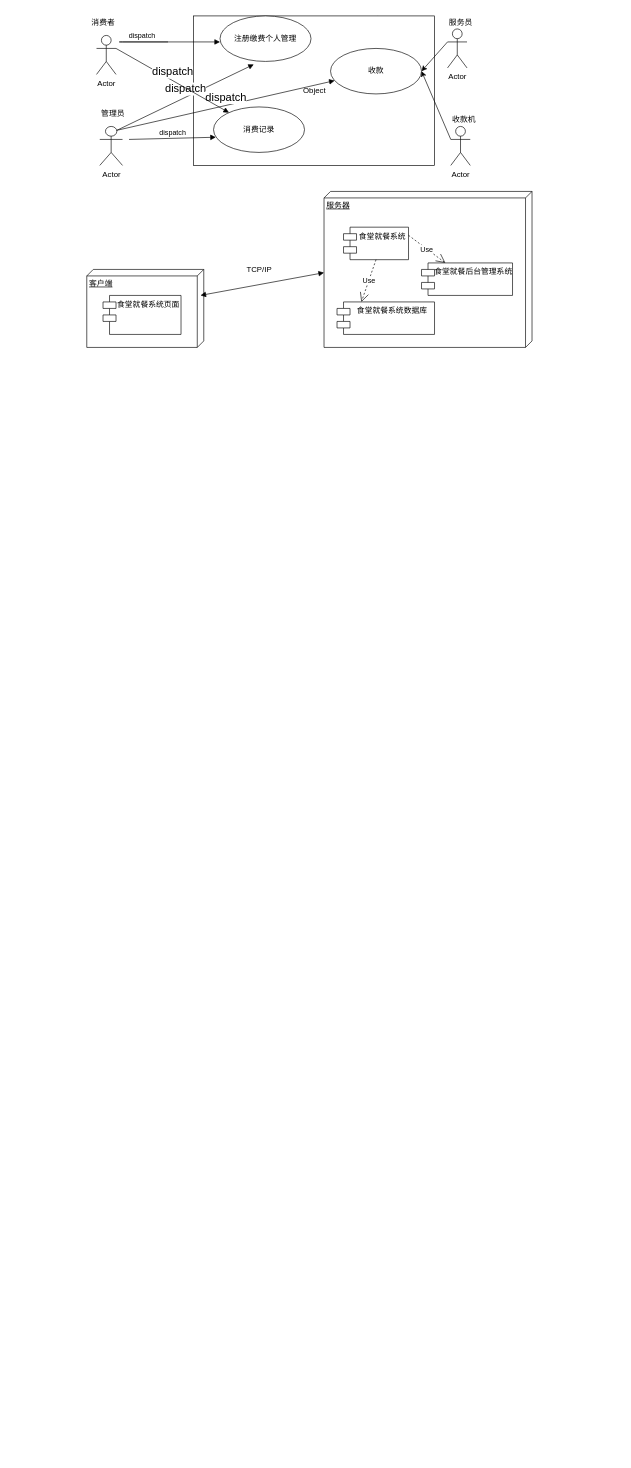
The draw.io diagram Untitled Diagram.drawio in huofeng120/geektime-vue-1, before the edit. Source tidied: cells renumbered, new cells numbered last; positions are measured from the earlier drawing's top-left corner, leaving out a move shared by most shapes. Both pictures are drawn from the tidied source at 65%, with x=0, y=0 at pixel (86, 16).
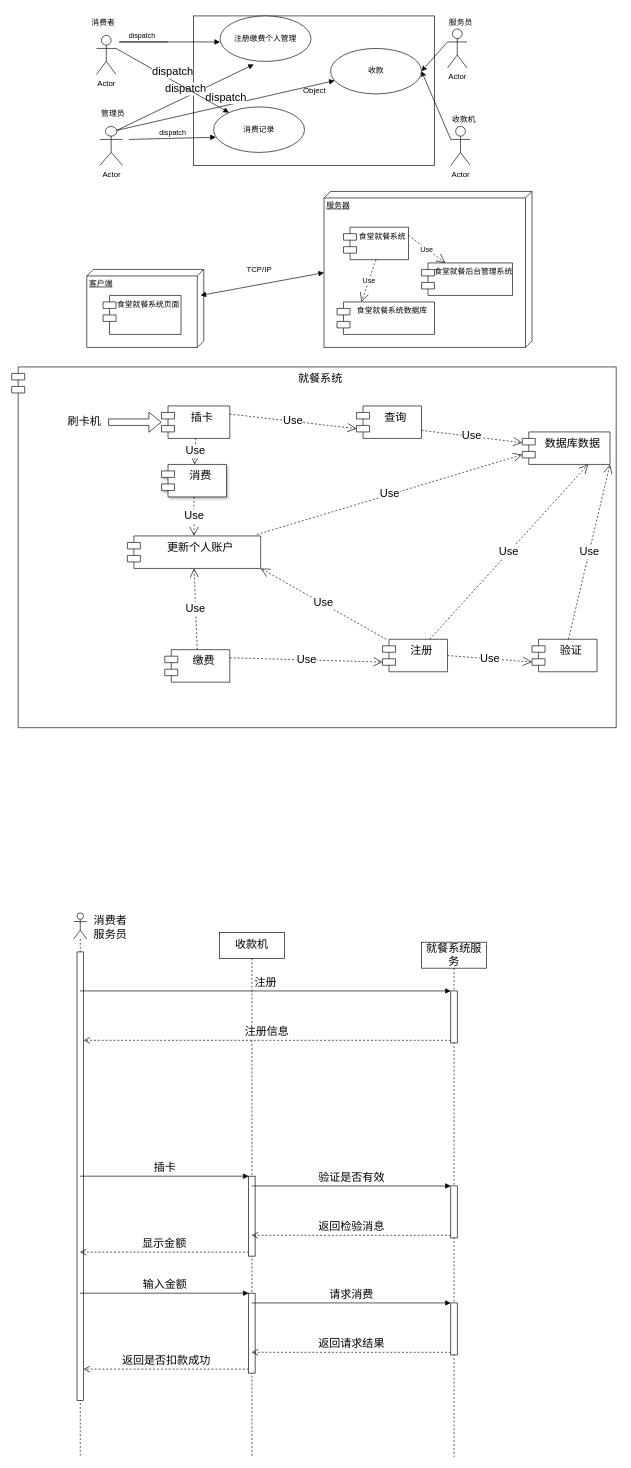
Above is the later version.

Diff of the diagram source:
```diff
@@
+    <mxCell id="32" style="shape=umlLifeline;participant=umlActor;perimeter=lifelinePerimeter;whiteSpace=wrap;html=1;verticalAlign=top;spacingTop=36;outlineConnect=0;fontSize=17;" parent="1" vertex="1">
+      <mxGeometry x="-20" y="1380" width="20" height="837" as="geometry" />
+    </mxCell>
+    <mxCell id="33" value="消费者&lt;br&gt;服务员" style="text;html=1;align=center;verticalAlign=middle;fillColor=none;strokeColor=none;rounded=0;fontSize=17;" parent="1" vertex="1">
+      <mxGeometry x="-2" y="1380" width="75" height="45" as="geometry" />
+    </mxCell>
+    <mxCell id="34" style="html=1;points=[];perimeter=orthogonalPerimeter;fontSize=17;" parent="1" vertex="1">
+      <mxGeometry x="-15" y="1440" width="10" height="690" as="geometry" />
+    </mxCell>
+    <mxCell id="35" value="收款机" style="shape=umlLifeline;perimeter=lifelinePerimeter;whiteSpace=wrap;html=1;fontSize=17;" parent="1" vertex="1">
+      <mxGeometry x="204" y="1410" width="100" height="807" as="geometry" />
+    </mxCell>
+    <mxCell id="36" style="html=1;points=[];perimeter=orthogonalPerimeter;fontSize=17;" parent="35" vertex="1">
+      <mxGeometry x="45" y="375" width="10" height="123" as="geometry" />
+    </mxCell>
+    <mxCell id="37" style="html=1;perimeter=orthogonalPerimeter;fontSize=17;" parent="35" vertex="1">
+      <mxGeometry x="45" y="555" width="10" height="123" as="geometry" />
+    </mxCell>
+    <mxCell id="38" value="插卡" style="html=1;verticalAlign=bottom;endArrow=block;entryX=0;entryY=0;fontSize=17;" parent="1" edge="1" target="36">
+      <mxGeometry relative="1" as="geometry">
+        <mxPoint x="-10.5" y="1785" as="sourcePoint" />
+      </mxGeometry>
+    </mxCell>
+    <mxCell id="39" value="显示金额" style="html=1;verticalAlign=bottom;endArrow=open;dashed=1;endSize=8;exitX=0;exitY=0.95;fontSize=17;" parent="1" edge="1" source="36">
+      <mxGeometry relative="1" as="geometry">
+        <mxPoint x="-10.5" y="1901.8" as="targetPoint" />
+      </mxGeometry>
+    </mxCell>
+    <mxCell id="40" value="就餐系统服务" style="shape=umlLifeline;perimeter=lifelinePerimeter;whiteSpace=wrap;html=1;fontSize=17;" parent="1" vertex="1">
+      <mxGeometry x="515" y="1425" width="100" height="792" as="geometry" />
+    </mxCell>
+    <mxCell id="41" style="html=1;points=[];perimeter=orthogonalPerimeter;fontSize=17;" parent="40" vertex="1">
+      <mxGeometry x="45" y="375" width="10" height="80" as="geometry" />
+    </mxCell>
+    <mxCell id="42" style="html=1;points=[];perimeter=orthogonalPerimeter;fontSize=17;" parent="40" vertex="1">
+      <mxGeometry x="45" y="555" width="10" height="80" as="geometry" />
+    </mxCell>
+    <mxCell id="43" style="html=1;points=[];perimeter=orthogonalPerimeter;fontSize=17;" parent="40" vertex="1">
+      <mxGeometry x="45" y="75" width="10" height="80" as="geometry" />
+    </mxCell>
+    <mxCell id="44" value="验证是否有效" style="html=1;verticalAlign=bottom;endArrow=block;entryX=0;entryY=0;fontSize=17;" parent="1" edge="1" target="41">
+      <mxGeometry relative="1" as="geometry">
+        <mxPoint x="253.5" y="1800" as="sourcePoint" />
+      </mxGeometry>
+    </mxCell>
+    <mxCell id="45" value="返回检验消息" style="html=1;verticalAlign=bottom;endArrow=open;dashed=1;endSize=8;exitX=0;exitY=0.95;fontSize=17;" parent="1" edge="1" source="41">
+      <mxGeometry relative="1" as="geometry">
+        <mxPoint x="253.5" y="1876" as="targetPoint" />
+      </mxGeometry>
+    </mxCell>
+    <mxCell id="46" value="输入金额" style="html=1;verticalAlign=bottom;endArrow=block;entryX=0;entryY=0;fontSize=17;" parent="1" edge="1">
+      <mxGeometry relative="1" as="geometry">
+        <mxPoint x="-10.5" y="1965" as="sourcePoint" />
+        <mxPoint x="249" y="1965" as="targetPoint" />
+      </mxGeometry>
+    </mxCell>
+    <mxCell id="47" value="返回是否扣款成功" style="html=1;verticalAlign=bottom;endArrow=open;dashed=1;endSize=8;exitX=0;exitY=0.95;fontSize=17;" parent="1" edge="1">
+      <mxGeometry relative="1" as="geometry">
+        <mxPoint x="249" y="2081.8" as="sourcePoint" />
+        <mxPoint x="-5" y="2081.8" as="targetPoint" />
+      </mxGeometry>
+    </mxCell>
+    <mxCell id="48" value="请求消费" style="html=1;verticalAlign=bottom;endArrow=block;entryX=0;entryY=0;fontSize=17;" parent="1" edge="1" target="42">
+      <mxGeometry relative="1" as="geometry">
+        <mxPoint x="253.5" y="1980" as="sourcePoint" />
+      </mxGeometry>
+    </mxCell>
+    <mxCell id="49" value="返回请求结果" style="html=1;verticalAlign=bottom;endArrow=open;dashed=1;endSize=8;exitX=0;exitY=0.95;fontSize=17;" parent="1" edge="1" source="42">
+      <mxGeometry relative="1" as="geometry">
+        <mxPoint x="253.5" y="2056" as="targetPoint" />
+      </mxGeometry>
+    </mxCell>
+    <mxCell id="50" value="就餐系统" style="shape=module;align=left;spacingLeft=20;align=center;verticalAlign=top;fontSize=17;shadow=0;" parent="1" vertex="1">
+      <mxGeometry x="-115.5" y="540" width="930" height="555" as="geometry" />
+    </mxCell>
+    <mxCell id="51" value="验证" style="shape=module;align=left;spacingLeft=20;align=center;verticalAlign=top;fontSize=17;" parent="1" vertex="1">
+      <mxGeometry x="685" y="959" width="100" height="50" as="geometry" />
+    </mxCell>
+    <mxCell id="52" value="注册" style="shape=module;align=left;spacingLeft=20;align=center;verticalAlign=top;fontSize=17;" parent="1" vertex="1">
+      <mxGeometry x="455" y="959" width="100" height="50" as="geometry" />
+    </mxCell>
+    <mxCell id="53" value="注册" style="html=1;verticalAlign=bottom;endArrow=block;entryX=0;entryY=0;fontSize=17;" parent="1" edge="1" source="32" target="43">
+      <mxGeometry relative="1" as="geometry" />
+    </mxCell>
+    <mxCell id="54" value="注册信息" style="html=1;verticalAlign=bottom;endArrow=open;dashed=1;endSize=8;exitX=0;exitY=0.95;fontSize=17;" parent="1" edge="1" source="43" target="34">
+      <mxGeometry relative="1" as="geometry" />
+    </mxCell>
+    <mxCell id="55" value="Use" style="endArrow=open;endSize=12;dashed=1;html=1;fontSize=17;exitX=1;exitY=0.5;exitDx=0;exitDy=0;entryX=0;entryY=0;entryDx=0;entryDy=35;entryPerimeter=0;" parent="1" edge="1" source="52" target="51">
+      <mxGeometry relative="1" as="geometry" />
+    </mxCell>
+    <mxCell id="56" value="缴费" style="shape=module;align=left;spacingLeft=20;align=center;verticalAlign=top;fontSize=17;" parent="1" vertex="1">
+      <mxGeometry x="120" y="975" width="100" height="50" as="geometry" />
+    </mxCell>
+    <mxCell id="57" value="Use" style="endArrow=open;endSize=12;dashed=1;html=1;fontSize=17;exitX=1;exitY=0.25;exitDx=0;exitDy=0;entryX=0;entryY=0;entryDx=0;entryDy=35;entryPerimeter=0;" parent="1" edge="1" source="56" target="52">
+      <mxGeometry relative="1" as="geometry" />
+    </mxCell>
+    <mxCell id="58" value="插卡" style="shape=module;align=left;spacingLeft=20;align=center;verticalAlign=top;fontSize=17;" parent="1" vertex="1">
+      <mxGeometry x="115" y="600" width="105" height="50" as="geometry" />
+    </mxCell>
+    <mxCell id="59" value="查询" style="shape=module;align=left;spacingLeft=20;align=center;verticalAlign=top;fontSize=17;" parent="1" vertex="1">
+      <mxGeometry x="415" y="600" width="100" height="50" as="geometry" />
+    </mxCell>
+    <mxCell id="60" value="更新个人账户" style="shape=module;align=left;spacingLeft=20;align=center;verticalAlign=top;fontSize=17;" parent="1" vertex="1">
+      <mxGeometry x="62.5" y="800" width="205" height="50" as="geometry" />
+    </mxCell>
+    <mxCell id="61" value="Use" style="endArrow=open;endSize=12;dashed=1;html=1;fontSize=17;entryX=0.5;entryY=1;entryDx=0;entryDy=0;exitX=0.5;exitY=0;exitDx=0;exitDy=0;" parent="1" edge="1" source="56" target="60">
+      <mxGeometry relative="1" as="geometry" />
+    </mxCell>
+    <mxCell id="62" value="Use" style="endArrow=open;endSize=12;dashed=1;html=1;fontSize=17;entryX=1;entryY=1;entryDx=0;entryDy=0;" parent="1" edge="1" source="52" target="60">
+      <mxGeometry relative="1" as="geometry" />
+    </mxCell>
+    <mxCell id="63" value="数据库数据" style="shape=module;align=left;spacingLeft=20;align=center;verticalAlign=top;fontSize=17;" parent="1" vertex="1">
+      <mxGeometry x="670" y="640" width="135" height="50" as="geometry" />
+    </mxCell>
+    <mxCell id="64" style="edgeStyle=none;rounded=0;orthogonalLoop=1;jettySize=auto;html=1;exitX=0.5;exitY=0;exitDx=0;exitDy=0;fontSize=17;" parent="1" edge="1" source="51" target="51">
+      <mxGeometry relative="1" as="geometry" />
+    </mxCell>
+    <mxCell id="65" value="Use" style="endArrow=open;endSize=12;dashed=1;html=1;fontSize=17;entryX=0.75;entryY=1;entryDx=0;entryDy=0;" parent="1" edge="1" source="52" target="63">
+      <mxGeometry relative="1" as="geometry" />
+    </mxCell>
+    <mxCell id="66" value="Use" style="endArrow=open;endSize=12;dashed=1;html=1;fontSize=17;entryX=1;entryY=1;entryDx=0;entryDy=0;" parent="1" edge="1" source="51" target="63">
+      <mxGeometry relative="1" as="geometry" />
+    </mxCell>
+    <mxCell id="67" value="Use" style="endArrow=open;endSize=12;dashed=1;html=1;fontSize=17;exitX=1;exitY=0.75;exitDx=0;exitDy=0;" parent="1" edge="1" source="59" target="63">
+      <mxGeometry relative="1" as="geometry" />
+    </mxCell>
+    <mxCell id="68" style="edgeStyle=none;shape=flexArrow;rounded=0;jettySize=auto;html=1;fontSize=17;" parent="1" edge="1" source="69" target="58">
+      <mxGeometry relative="1" as="geometry" />
+    </mxCell>
+    <mxCell id="69" value="刷卡机" style="text;html=1;align=center;verticalAlign=middle;points=[];fillColor=none;strokeColor=none;rounded=0;shadow=1;fontSize=17;" parent="1" vertex="1">
+      <mxGeometry x="-42" y="610" width="75" height="30" as="geometry" />
+    </mxCell>
+    <mxCell id="70" value="消费" style="shape=module;align=left;spacingLeft=20;align=center;verticalAlign=top;shadow=1;fontSize=17;" parent="1" vertex="1">
+      <mxGeometry x="115" y="690" width="100" height="50" as="geometry" />
+    </mxCell>
+    <mxCell id="71" value="Use" style="endArrow=open;endSize=12;dashed=1;html=1;fontSize=17;entryX=0;entryY=0;entryDx=0;entryDy=35;entryPerimeter=0;exitX=1;exitY=0.25;exitDx=0;exitDy=0;" parent="1" edge="1" source="58" target="59">
+      <mxGeometry relative="1" as="geometry" />
+    </mxCell>
+    <mxCell id="72" value="Use" style="endArrow=open;endSize=12;dashed=1;html=1;fontSize=17;exitX=0.5;exitY=1;exitDx=0;exitDy=0;" parent="1" edge="1" source="58" target="70">
+      <mxGeometry relative="1" as="geometry" />
+    </mxCell>
+    <mxCell id="73" value="Use" style="endArrow=open;endSize=12;dashed=1;html=1;fontSize=17;exitX=0.5;exitY=1;exitDx=0;exitDy=0;" parent="1" edge="1" source="70" target="60">
+      <mxGeometry relative="1" as="geometry" />
+    </mxCell>
+    <mxCell id="74" value="Use" style="endArrow=open;endSize=12;dashed=1;html=1;fontSize=17;entryX=0;entryY=0;entryDx=0;entryDy=35;entryPerimeter=0;exitX=0.972;exitY=-0.044;exitDx=0;exitDy=0;exitPerimeter=0;" parent="1" edge="1" source="60" target="63">
+      <mxGeometry relative="1" as="geometry" />
+    </mxCell>
```
